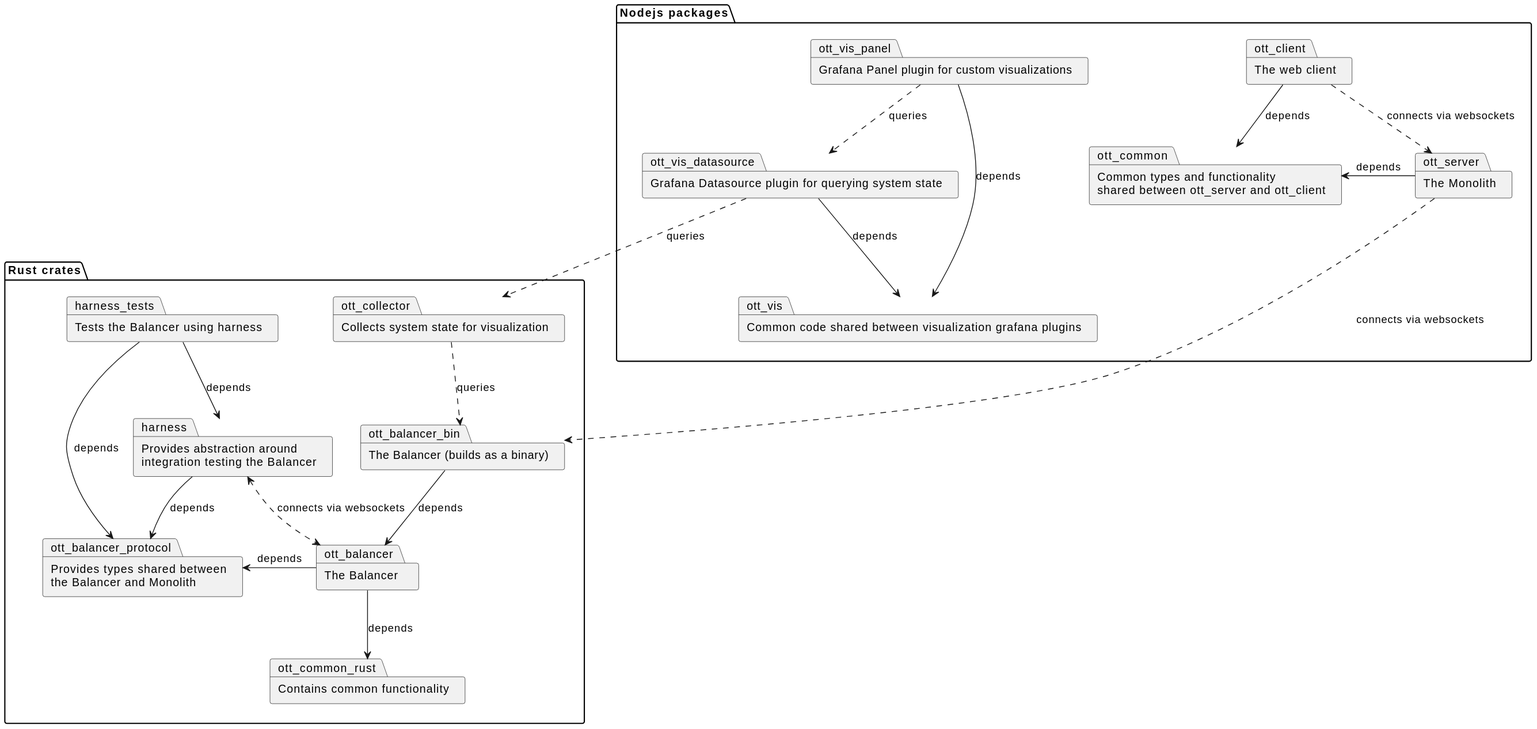
dyc3/senior-design keeps this PlantUML diagram as figures/full-package-diagram.svg. Above is the earlier version.
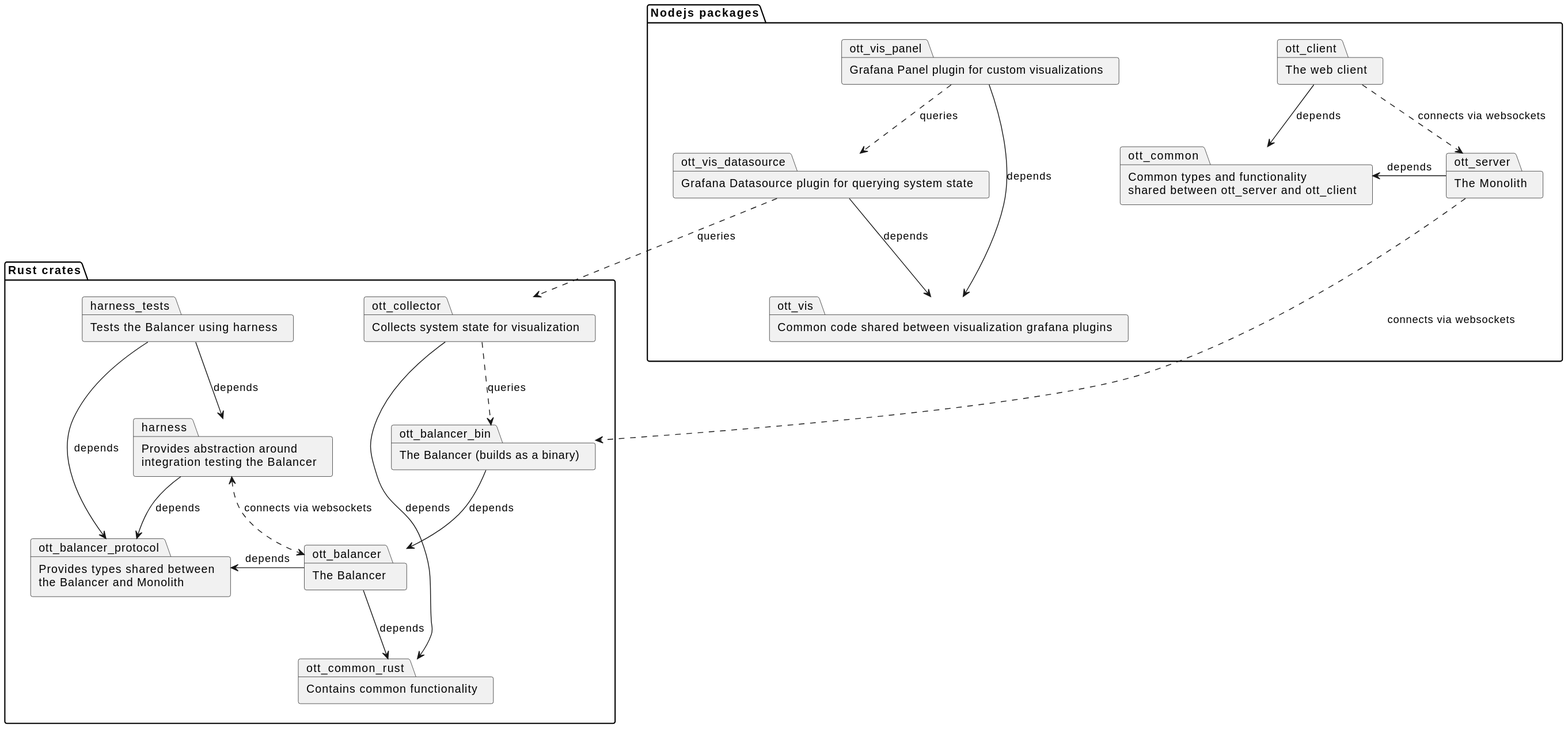
Later version of the same file.

Commit message:
update `visualization-balancer-datasource-sequence` and `full-package-diagram` (#317)

Diff of the diagram source:
```diff
@@ -71,6 +71,7 @@
 ott_vis_panel ..> ott_vis_datasource : queries
 ott_vis_datasource ..> ott_collector : queries
 ott_collector ..> ott_balancer_bin : queries
+ott_collector --> ott_common_rust : depends
 
 "Nodejs packages" -[hidden]d- "Rust crates"
 @enduml
```
